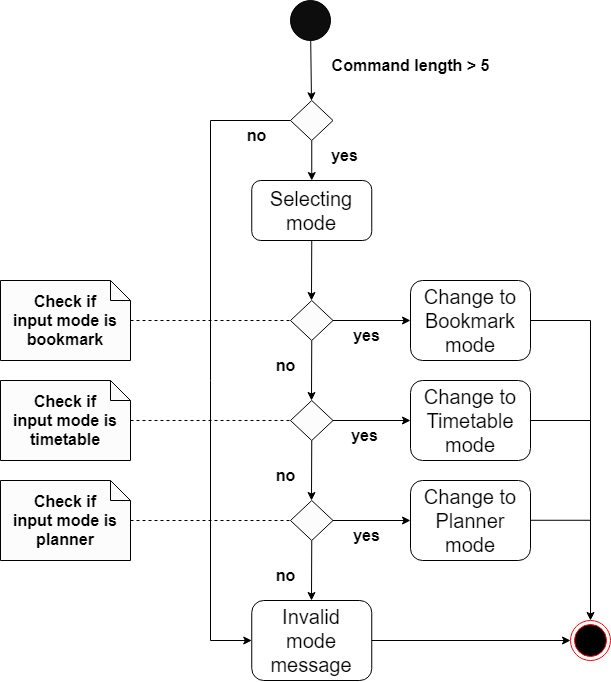
nus-cs2113-AY2021S1/tp keeps this draw.io diagram as docs/diagrams/activity diagram change mode command.png. Above is the earlier version. Source tidied: cells renumbered, new cells last; positions are measured from the earlier drawing's top-left corner, leaving out a move shared by most shapes.
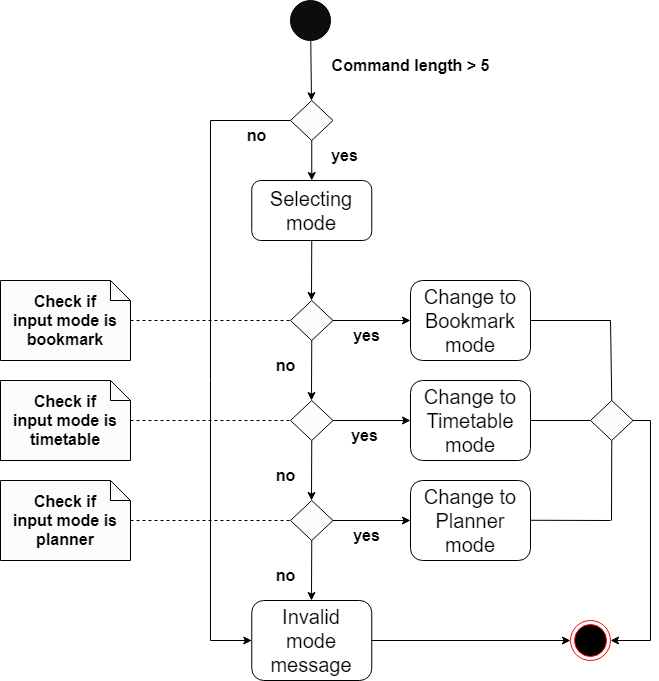
After the commit.

Diff of the diagram source:
```diff
@@ -147,28 +147,51 @@
     </mxCell>
     <mxCell id="40" style="endArrow=none;html=1;fontSize=16;exitX=1;exitY=0.5;exitDx=0;exitDy=0;" parent="1" edge="1" source="13">
       <mxGeometry relative="1" as="geometry">
-        <mxPoint x="590" y="320" as="targetPoint" />
+        <mxPoint x="610" y="320" as="targetPoint" />
       </mxGeometry>
     </mxCell>
-    <mxCell id="41" style="endArrow=classic;html=1;fontSize=16;entryX=0.5;entryY=0;entryDx=0;entryDy=0;" parent="1" edge="1" target="38">
+    <mxCell id="41" style="endArrow=classic;html=1;fontSize=16;entryX=1;entryY=0.5;entryDx=0;entryDy=0;" parent="1" edge="1" target="38">
       <mxGeometry relative="1" as="geometry">
-        <mxPoint x="590" y="320" as="sourcePoint" />
+        <mxPoint x="650" y="640" as="sourcePoint" />
       </mxGeometry>
     </mxCell>
-    <mxCell id="42" style="endArrow=none;html=1;fontSize=16;exitX=1;exitY=0.5;exitDx=0;exitDy=0;" parent="1" edge="1">
+    <mxCell id="42" style="endArrow=none;html=1;fontSize=16;exitX=1;exitY=0.5;exitDx=0;exitDy=0;entryX=0;entryY=0.5;entryDx=0;entryDy=0;" parent="1" edge="1" target="45">
       <mxGeometry relative="1" as="geometry">
         <mxPoint x="530" y="420" as="sourcePoint" />
-        <mxPoint x="590" y="420" as="targetPoint" />
       </mxGeometry>
     </mxCell>
     <mxCell id="43" style="endArrow=none;html=1;fontSize=16;exitX=1;exitY=0.5;exitDx=0;exitDy=0;" parent="1" edge="1">
       <mxGeometry relative="1" as="geometry">
         <mxPoint x="530" y="519.8" as="sourcePoint" />
-        <mxPoint x="590" y="519.8" as="targetPoint" />
+        <mxPoint x="610" y="520" as="targetPoint" />
       </mxGeometry>
     </mxCell>
     <mxCell id="44" value="no" style="text;strokeColor=none;fillColor=none;html=1;fontSize=16;fontStyle=1;verticalAlign=middle;align=center;" parent="1" vertex="1">
       <mxGeometry x="222.5" y="120" width="67.5" height="30" as="geometry" />
     </mxCell>
+    <mxCell id="45" style="rhombus;whiteSpace=wrap;html=1;strokeColor=#000000;fillColor=#FCFCFC;" parent="1" vertex="1">
+      <mxGeometry x="590" y="400" width="42.5" height="40" as="geometry" />
+    </mxCell>
+    <mxCell id="46" style="endArrow=none;html=1;fontSize=16;exitX=0.5;exitY=1;exitDx=0;exitDy=0;" parent="1" edge="1" source="45">
+      <mxGeometry relative="1" as="geometry">
+        <mxPoint x="611" y="520" as="targetPoint" />
+      </mxGeometry>
+    </mxCell>
+    <mxCell id="47" style="endArrow=none;html=1;fontSize=16;entryX=0.5;entryY=0;entryDx=0;entryDy=0;" parent="1" edge="1" target="45">
+      <mxGeometry relative="1" as="geometry">
+        <mxPoint x="610" y="320" as="sourcePoint" />
+      </mxGeometry>
+    </mxCell>
+    <mxCell id="48" style="endArrow=none;html=1;fontSize=16;entryX=1;entryY=0.5;entryDx=0;entryDy=0;" parent="1" edge="1" target="45">
+      <mxGeometry relative="1" as="geometry">
+        <mxPoint x="650" y="420" as="sourcePoint" />
+      </mxGeometry>
+    </mxCell>
+    <mxCell id="49" style="endArrow=none;html=1;fontSize=16;" parent="1" edge="1">
+      <mxGeometry relative="1" as="geometry">
+        <mxPoint x="650" y="640" as="sourcePoint" />
+        <mxPoint x="650" y="420" as="targetPoint" />
+      </mxGeometry>
+    </mxCell>
   </root>
 </mxGraphModel>
```
